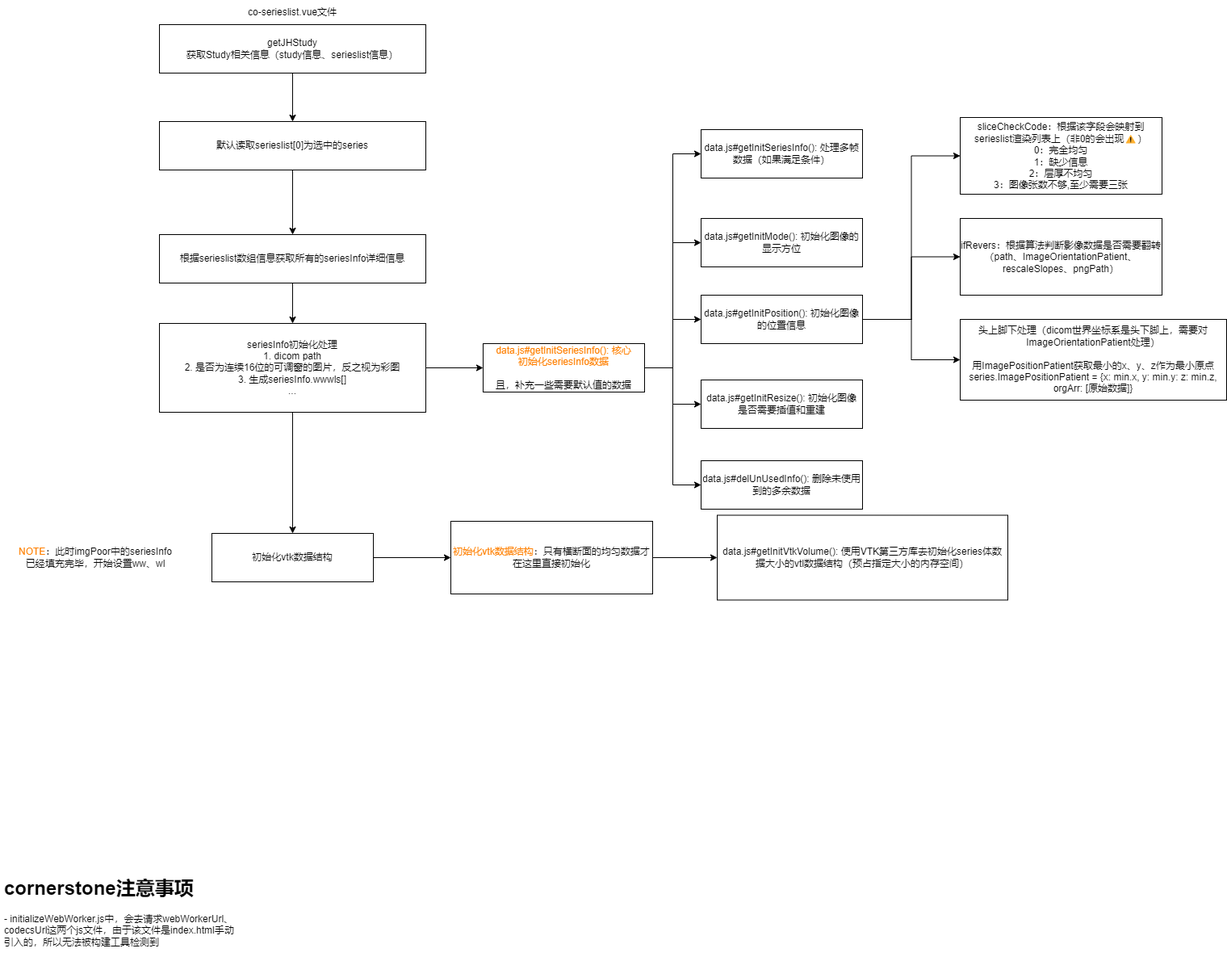
Above: viewer数据流.drawio.png in JYbill/draw (draw.io), before the change. Source tidied: cells renumbered, new cells last; positions are measured from the earlier drawing's top-left corner, leaving out a move shared by most shapes.
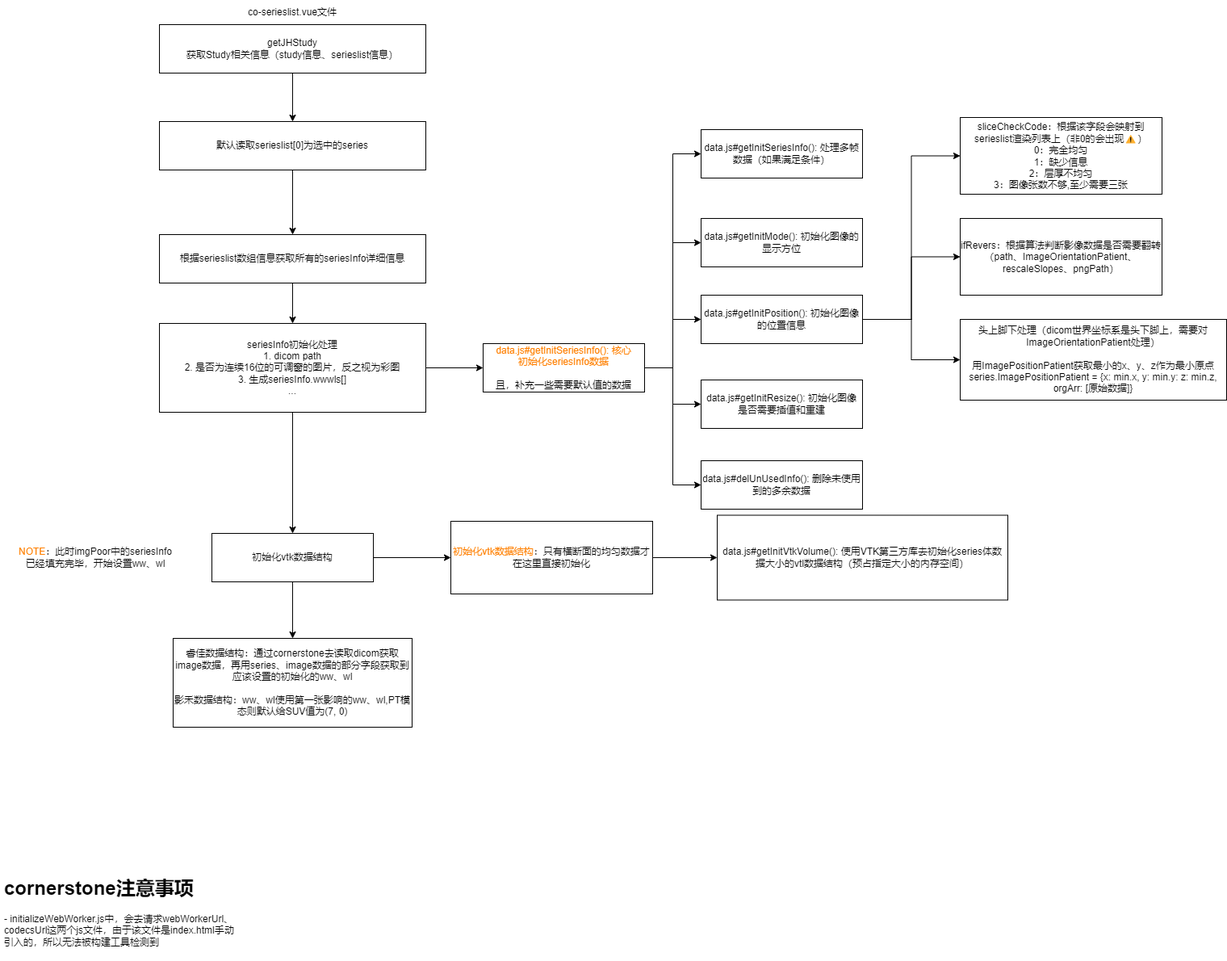
Later version of the same file.

Commit message:
更新viewer数据流.drawio.png

What changed in the source:
```diff
@@ -53,6 +53,9 @@
     <mxCell id="18" style="edgeStyle=orthogonalEdgeStyle;rounded=0;jettySize=auto;html=1;exitX=1;exitY=0.5;exitDx=0;exitDy=0;" parent="1" edge="1" source="19" target="21">
       <mxGeometry relative="1" as="geometry" />
     </mxCell>
+    <mxCell id="36" style="edgeStyle=orthogonalEdgeStyle;rounded=0;jettySize=auto;html=1;exitX=0.5;exitY=1;exitDx=0;exitDy=0;" parent="1" edge="1" source="19" target="37">
+      <mxGeometry relative="1" as="geometry" />
+    </mxCell>
     <mxCell id="19" value="初始化vtk数据结构" style="rounded=0;whiteSpace=wrap;html=1;" parent="1" vertex="1">
       <mxGeometry x="262" y="660" width="200" height="60" as="geometry" />
     </mxCell>
@@ -104,5 +107,8 @@
     <mxCell id="35" value="&lt;font color=&quot;#ff8000&quot;&gt;NOTE&lt;/font&gt;：此时imgPoor中的seriesInfo已经填充完毕，开始设置ww、wl" style="text;html=1;align=center;verticalAlign=middle;whiteSpace=wrap;rounded=0;" parent="1" vertex="1">
       <mxGeometry x="18" y="655" width="200" height="70" as="geometry" />
     </mxCell>
+    <mxCell id="37" value="睿佳数据结构：通过cornerstone去读取dicom获取image数据，再用series、image数据的部分字段获取到应该设置的初始化的ww、wl&lt;br&gt;&lt;br&gt;影禾数据结构：ww、wl使用第一张影响的ww、wl,PT模态则默认给SUV值为(7, 0)" style="rounded=0;whiteSpace=wrap;html=1;" parent="1" vertex="1">
+      <mxGeometry x="214" y="790" width="296" height="110" as="geometry" />
+    </mxCell>
   </root>
 </mxGraphModel>
```
